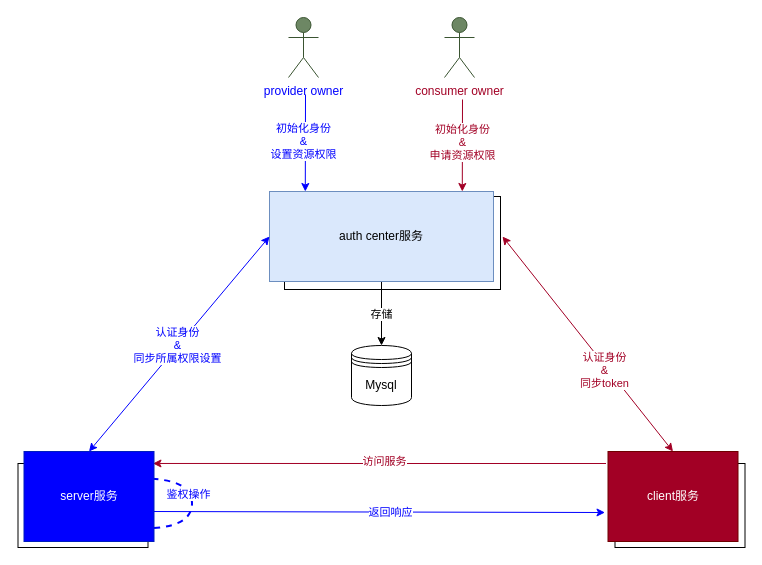
Before: 鉴权中心一期.drawio in gitcodeporter/draw-uml, a draw.io diagram. Source tidied: cells renumbered, new cells numbered last; positions are measured from the earlier drawing's top-left corner, leaving out a move shared by most shapes. Both pictures are drawn from the tidied source at 100%, with x=0, y=0 at pixel (17, 17).
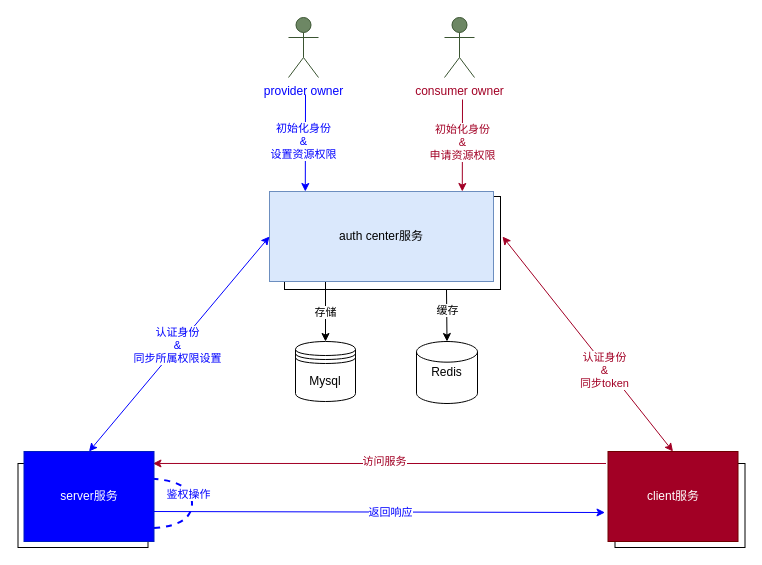
Above is the later version.

Commit message:
更新鉴权中心一期.drawio

Unchanged cells that the change refers to:
```xml
<mxCell id="2" style="rounded=0;whiteSpace=wrap;html=1;fillColor=#FFFFFF;" parent="1" vertex="1">
  <mxGeometry x="267" y="179" width="216" height="93" as="geometry" />
</mxCell>
<mxCell id="7" value="auth center服务" style="rounded=0;whiteSpace=wrap;html=1;fillColor=#dae8fc;strokeColor=#6c8ebf;" parent="1" vertex="1">
  <mxGeometry x="252" y="174" width="224" height="90" as="geometry" />
</mxCell>
```

Diff of the diagram source:
```diff
@@
+    <mxCell id="26" style="edgeStyle=none;rounded=0;jettySize=auto;html=1;exitX=0.75;exitY=1;exitDx=0;exitDy=0;entryX=0.5;entryY=0;entryDx=0;entryDy=0;entryPerimeter=0;fontColor=#000000;startArrow=none;startFill=0;strokeColor=#000000;strokeWidth=1;" parent="1" edge="1" source="2" target="28">
+      <mxGeometry relative="1" as="geometry" />
+    </mxCell>
+    <mxCell id="27" value="缓存" style="edgeLabel;html=1;align=center;verticalAlign=middle;fontColor=#000000;" parent="26" vertex="1">
+      <mxGeometry x="-0.19" relative="1" as="geometry" />
+    </mxCell>
@@
-    <mxCell id="5" style="edgeStyle=none;rounded=0;jettySize=auto;html=1;entryX=0.5;entryY=0;entryDx=0;entryDy=0;fontColor=#000000;startArrow=none;startFill=0;strokeColor=#000000;strokeWidth=1;" parent="1" edge="1" source="7" target="25">
+    <mxCell id="5" style="edgeStyle=none;rounded=0;jettySize=auto;html=1;entryX=0.5;entryY=0;entryDx=0;entryDy=0;fontColor=#000000;startArrow=none;startFill=0;strokeColor=#000000;strokeWidth=1;exitX=0.25;exitY=1;exitDx=0;exitDy=0;" parent="1" edge="1" source="7" target="25">
       <mxGeometry relative="1" as="geometry" />
     </mxCell>
@@
     <mxCell id="25" value="Mysql" style="shape=datastore;whiteSpace=wrap;html=1;" parent="1" vertex="1">
-      <mxGeometry x="334" y="328" width="60" height="60" as="geometry" />
+      <mxGeometry x="278" y="324" width="60" height="60" as="geometry" />
     </mxCell>
+    <mxCell id="28" value="Redis" style="strokeWidth=1;html=1;shape=mxgraph.flowchart.database;whiteSpace=wrap;fontColor=#000000;fillColor=#FFFFFF;" parent="1" vertex="1">
+      <mxGeometry x="399" y="324" width="61" height="62" as="geometry" />
+    </mxCell>
```
